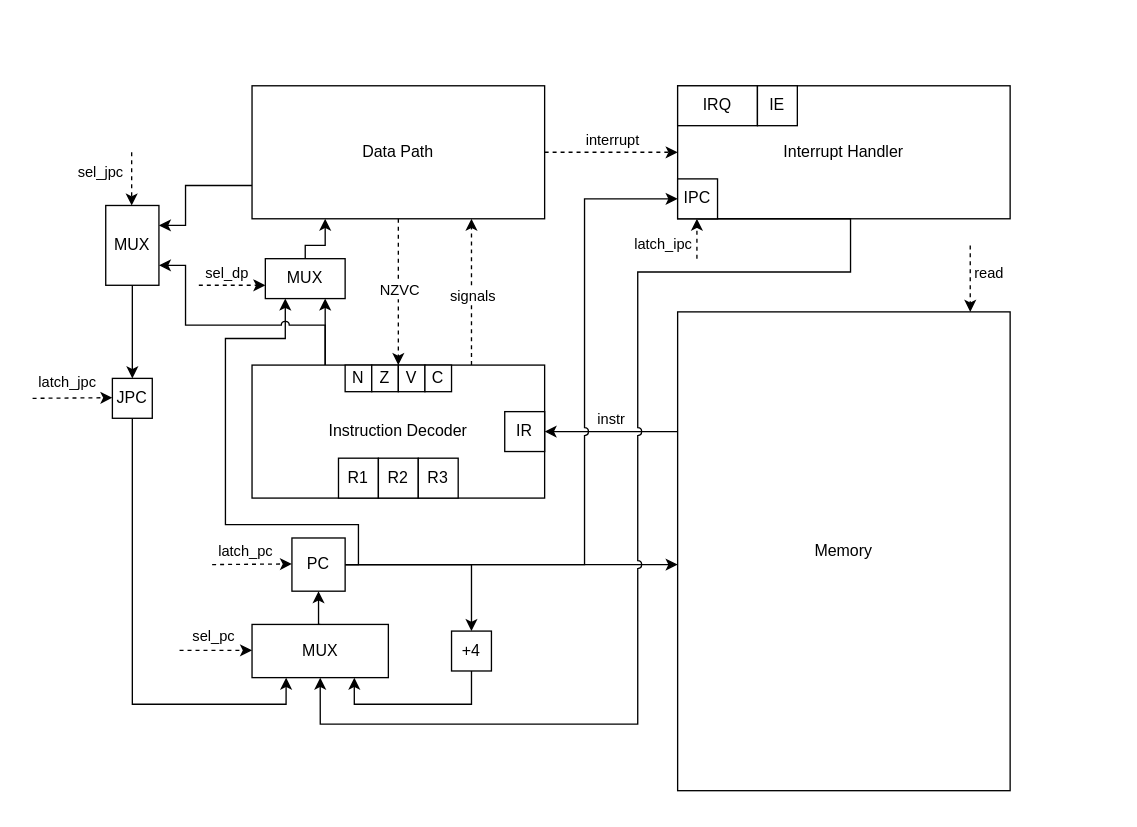
Above: media/source/control_unit.drawio in tenolly/csa-machine (draw.io), before the change. Source tidied: cells renumbered, new cells numbered last; positions are measured from the earlier drawing's top-left corner, leaving out a move shared by most shapes. Both pictures are drawn from the tidied source at 133%, with x=0, y=0 at pixel (32, 85).
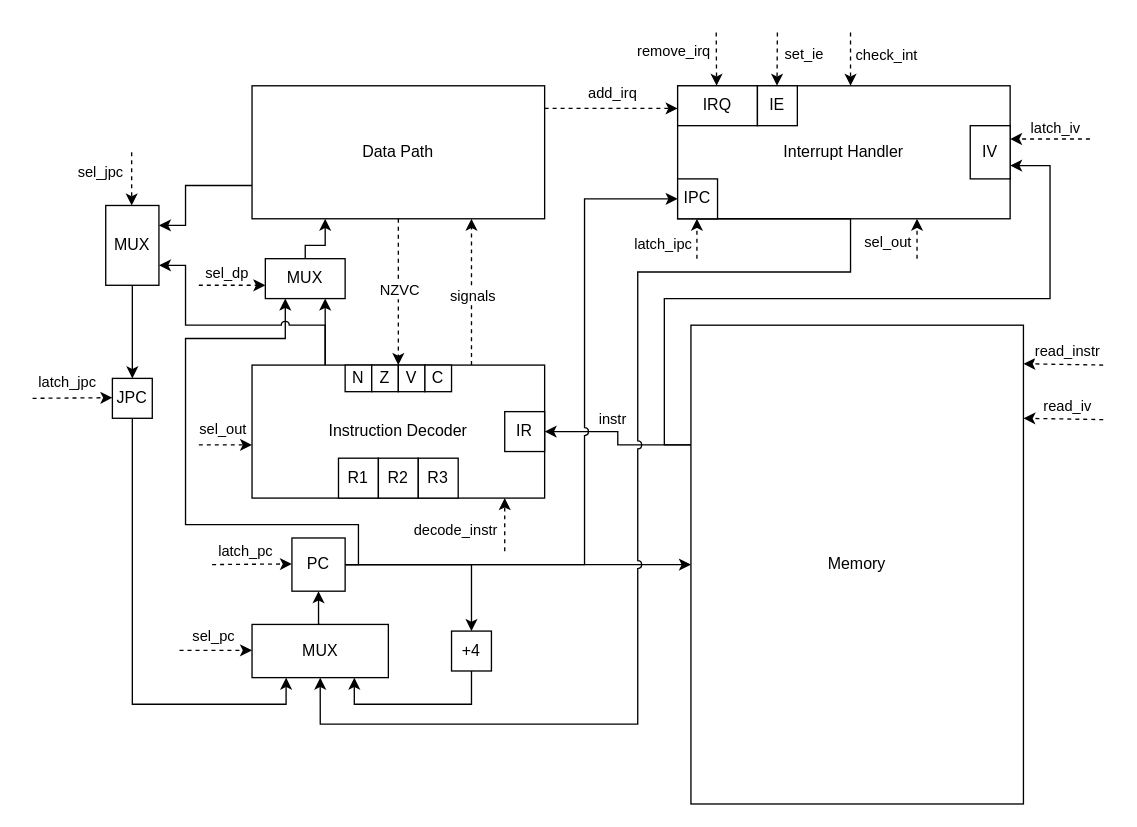
The same page after the edit.

The change refers to these unchanged cells:
```xml
<mxCell id="6" value="Data Path" style="rounded=0;whiteSpace=wrap;html=1;" parent="1" vertex="1">
  <mxGeometry x="165" width="220" height="100" as="geometry" />
</mxCell>
<mxCell id="7" style="edgeStyle=orthogonalEdgeStyle;rounded=0;jettySize=auto;html=1;exitX=0;exitY=0.25;exitDx=0;exitDy=0;entryX=1;entryY=0.5;entryDx=0;entryDy=0;" parent="1" edge="1" source="9" target="17">
  <mxGeometry relative="1" as="geometry" />
</mxCell>
<mxCell id="13" value="PC" style="rounded=0;whiteSpace=wrap;html=1;" parent="1" vertex="1">
  <mxGeometry x="195" y="340" width="40" height="40" as="geometry" />
</mxCell>
<mxCell id="18" value="Interrupt Handler" style="rounded=0;whiteSpace=wrap;html=1;" parent="1" vertex="1">
  <mxGeometry x="485" width="250" height="100" as="geometry" />
</mxCell>
<mxCell id="40" value="MUX" style="rounded=0;whiteSpace=wrap;html=1;" parent="1" vertex="1">
  <mxGeometry x="175" y="130" width="60" height="30" as="geometry" />
</mxCell>
```

Change to the diagram source:
```diff
@@
-    <mxCell id="2" style="edgeStyle=orthogonalEdgeStyle;rounded=0;jettySize=auto;html=1;exitX=1;exitY=0.5;exitDx=0;exitDy=0;" parent="1" edge="1" source="13">
-      <mxGeometry relative="1" as="geometry">
-        <mxPoint x="485" y="360" as="targetPoint" />
-      </mxGeometry>
+    <mxCell id="2" style="edgeStyle=orthogonalEdgeStyle;rounded=0;jettySize=auto;html=1;exitX=1;exitY=0.5;exitDx=0;exitDy=0;entryX=0;entryY=0.5;entryDx=0;entryDy=0;" parent="1" edge="1" source="13" target="9">
+      <mxGeometry relative="1" as="geometry" />
     </mxCell>
@@
-    <mxCell id="4" style="edgeStyle=orthogonalEdgeStyle;rounded=0;jettySize=auto;html=1;exitX=1;exitY=0.5;exitDx=0;exitDy=0;entryX=0;entryY=0.5;entryDx=0;entryDy=0;dashed=1;" parent="1" edge="1" source="6" target="18">
-      <mxGeometry relative="1" as="geometry" />
-    </mxCell>
-    <mxCell id="5" value="interrupt" style="edgeLabel;html=1;align=center;verticalAlign=middle;" parent="4" vertex="1">
-      <mxGeometry x="-0.18" y="2" relative="1" as="geometry">
-        <mxPoint x="9" y="-8" as="offset" />
-      </mxGeometry>
-    </mxCell>
@@
     <mxCell id="8" value="instr" style="edgeLabel;html=1;align=center;verticalAlign=middle;" parent="7" vertex="1">
       <mxGeometry x="-0.01" relative="1" as="geometry">
-        <mxPoint x="-1" y="-10" as="offset" />
+        <mxPoint x="-5" y="-16" as="offset" />
       </mxGeometry>
     </mxCell>
+    <mxCell id="58" style="edgeStyle=orthogonalEdgeStyle;rounded=0;jettySize=auto;html=1;exitX=0;exitY=0.25;exitDx=0;exitDy=0;entryX=1;entryY=0.75;entryDx=0;entryDy=0;" parent="1" edge="1" source="9" target="71">
+      <mxGeometry relative="1" as="geometry">
+        <Array as="points">
+          <mxPoint x="475" y="270" />
+          <mxPoint x="475" y="160" />
+          <mxPoint x="765" y="160" />
+          <mxPoint x="765" y="60" />
+        </Array>
+      </mxGeometry>
+    </mxCell>
     <mxCell id="9" value="Memory" style="rounded=0;whiteSpace=wrap;html=1;" parent="1" vertex="1">
-      <mxGeometry x="485" y="170" width="250" height="360" as="geometry" />
+      <mxGeometry x="495" y="180" width="250" height="360" as="geometry" />
     </mxCell>
@@
     <mxCell id="12" style="edgeStyle=orthogonalEdgeStyle;rounded=0;jettySize=auto;html=1;exitX=1;exitY=0.5;exitDx=0;exitDy=0;entryX=0.25;entryY=1;entryDx=0;entryDy=0;" parent="1" edge="1" source="13" target="40">
       <mxGeometry relative="1" as="geometry">
         <Array as="points">
           <mxPoint x="245" y="360" />
           <mxPoint x="245" y="330" />
-          <mxPoint x="145" y="330" />
-          <mxPoint x="145" y="190" />
+          <mxPoint x="115" y="330" />
+          <mxPoint x="115" y="190" />
           <mxPoint x="190" y="190" />
         </Array>
       </mxGeometry>
     </mxCell>
@@
     <mxCell id="37" style="endArrow=classic;html=1;rounded=0;dashed=1;" parent="1" edge="1">
       <mxGeometry relative="1" as="geometry">
-        <mxPoint x="705" y="120" as="sourcePoint" />
-        <mxPoint x="705" y="170" as="targetPoint" />
+        <mxPoint x="805" y="210" as="sourcePoint" />
+        <mxPoint x="745" y="209" as="targetPoint" />
       </mxGeometry>
     </mxCell>
-    <mxCell id="38" value="read" style="edgeLabel;html=1;align=center;verticalAlign=middle;" parent="37" vertex="1">
+    <mxCell id="38" value="read_instr" style="edgeLabel;html=1;align=center;verticalAlign=middle;" parent="37" vertex="1">
       <mxGeometry x="-0.06" relative="1" as="geometry">
-        <mxPoint x="13" y="-4" as="offset" />
+        <mxPoint y="-10" as="offset" />
       </mxGeometry>
     </mxCell>
@@
+    <mxCell id="59" style="endArrow=classic;html=1;rounded=0;dashed=1;" parent="1" edge="1">
+      <mxGeometry relative="1" as="geometry">
+        <mxPoint x="665" y="130" as="sourcePoint" />
+        <mxPoint x="665" y="100" as="targetPoint" />
+      </mxGeometry>
+    </mxCell>
+    <mxCell id="60" value="sel_out" style="edgeLabel;html=1;align=center;verticalAlign=middle;" parent="59" vertex="1">
+      <mxGeometry x="-0.06" y="-1" relative="1" as="geometry">
+        <mxPoint x="-24" y="1" as="offset" />
+      </mxGeometry>
+    </mxCell>
+    <mxCell id="61" style="endArrow=classic;html=1;rounded=0;dashed=1;" parent="1" edge="1">
+      <mxGeometry relative="1" as="geometry">
+        <mxPoint x="615" y="-40" as="sourcePoint" />
+        <mxPoint x="615" as="targetPoint" />
+      </mxGeometry>
+    </mxCell>
+    <mxCell id="62" value="check_int" style="edgeLabel;html=1;align=center;verticalAlign=middle;" parent="61" vertex="1">
+      <mxGeometry x="-0.06" relative="1" as="geometry">
+        <mxPoint x="26" y="-3" as="offset" />
+      </mxGeometry>
+    </mxCell>
+    <mxCell id="63" style="endArrow=classic;html=1;rounded=0;dashed=1;" parent="1" edge="1">
+      <mxGeometry relative="1" as="geometry">
+        <mxPoint x="385" y="17" as="sourcePoint" />
+        <mxPoint x="485" y="17" as="targetPoint" />
+      </mxGeometry>
+    </mxCell>
+    <mxCell id="64" value="add_irq" style="edgeLabel;html=1;align=center;verticalAlign=middle;" parent="63" vertex="1">
+      <mxGeometry x="-0.15" y="1" relative="1" as="geometry">
+        <mxPoint x="7" y="-11" as="offset" />
+      </mxGeometry>
+    </mxCell>
+    <mxCell id="65" style="endArrow=classic;html=1;rounded=0;dashed=1;" parent="1" edge="1">
+      <mxGeometry relative="1" as="geometry">
+        <mxPoint x="514" y="-40" as="sourcePoint" />
+        <mxPoint x="514.3" as="targetPoint" />
+      </mxGeometry>
+    </mxCell>
+    <mxCell id="66" value="remove_irq" style="edgeLabel;html=1;align=center;verticalAlign=middle;" parent="65" vertex="1">
+      <mxGeometry x="-0.06" relative="1" as="geometry">
+        <mxPoint x="-33" y="-5" as="offset" />
+      </mxGeometry>
+    </mxCell>
+    <mxCell id="67" style="endArrow=classic;html=1;rounded=0;dashed=1;" parent="1" edge="1">
+      <mxGeometry relative="1" as="geometry">
+        <mxPoint x="560" y="-40" as="sourcePoint" />
+        <mxPoint x="559.7" as="targetPoint" />
+      </mxGeometry>
+    </mxCell>
+    <mxCell id="68" value="set_ie" style="edgeLabel;html=1;align=center;verticalAlign=middle;" parent="67" vertex="1">
+      <mxGeometry x="-0.06" relative="1" as="geometry">
+        <mxPoint x="20" y="-3" as="offset" />
+      </mxGeometry>
+    </mxCell>
+    <mxCell id="69" style="endArrow=classic;html=1;rounded=0;dashed=1;" parent="1" edge="1">
+      <mxGeometry relative="1" as="geometry">
+        <mxPoint x="795" y="40" as="sourcePoint" />
+        <mxPoint x="735" y="40" as="targetPoint" />
+      </mxGeometry>
+    </mxCell>
+    <mxCell id="70" value="latch_iv" style="edgeLabel;html=1;align=center;verticalAlign=middle;" parent="69" vertex="1">
+      <mxGeometry x="-0.06" y="-1" relative="1" as="geometry">
+        <mxPoint x="1" y="-8" as="offset" />
+      </mxGeometry>
+    </mxCell>
+    <mxCell id="71" value="IV" style="rounded=0;whiteSpace=wrap;html=1;" parent="1" vertex="1">
+      <mxGeometry x="705" y="30" width="30" height="40" as="geometry" />
+    </mxCell>
+    <mxCell id="72" style="endArrow=classic;html=1;rounded=0;dashed=1;" parent="1" edge="1">
+      <mxGeometry relative="1" as="geometry">
+        <mxPoint x="805" y="251" as="sourcePoint" />
+        <mxPoint x="745" y="250" as="targetPoint" />
+      </mxGeometry>
+    </mxCell>
+    <mxCell id="73" value="read_iv" style="edgeLabel;html=1;align=center;verticalAlign=middle;" parent="72" vertex="1">
+      <mxGeometry x="-0.06" relative="1" as="geometry">
+        <mxPoint y="-10" as="offset" />
+      </mxGeometry>
+    </mxCell>
+    <mxCell id="74" style="endArrow=classic;html=1;rounded=0;dashed=1;" parent="1" edge="1">
+      <mxGeometry relative="1" as="geometry">
+        <mxPoint x="355" y="350" as="sourcePoint" />
+        <mxPoint x="355" y="310" as="targetPoint" />
+      </mxGeometry>
+    </mxCell>
+    <mxCell id="75" value="decode_instr" style="edgeLabel;html=1;align=center;verticalAlign=middle;" parent="74" vertex="1">
+      <mxGeometry x="-0.06" y="-1" relative="1" as="geometry">
+        <mxPoint x="-39" y="2" as="offset" />
+      </mxGeometry>
+    </mxCell>
+    <mxCell id="76" style="endArrow=classic;html=1;rounded=0;dashed=1;" parent="1" edge="1">
+      <mxGeometry relative="1" as="geometry">
+        <mxPoint x="125" y="270" as="sourcePoint" />
+        <mxPoint x="165" y="270" as="targetPoint" />
+      </mxGeometry>
+    </mxCell>
+    <mxCell id="77" value="sel_out" style="edgeLabel;html=1;align=center;verticalAlign=middle;" parent="76" vertex="1">
+      <mxGeometry x="-0.06" y="-1" relative="1" as="geometry">
+        <mxPoint x="-2" y="-14" as="offset" />
+      </mxGeometry>
+    </mxCell>
```
